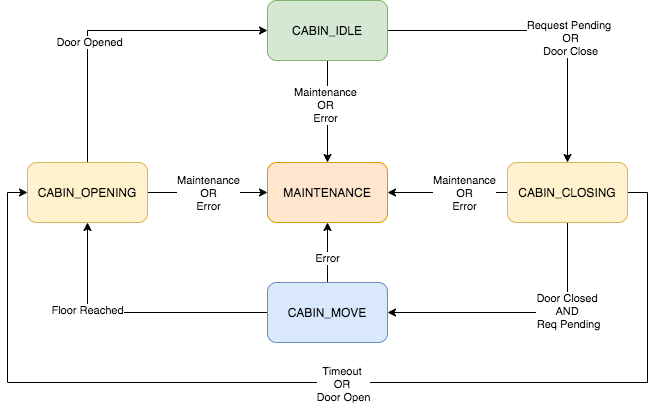
anoopar/elevator keeps this draw.io diagram as docs/ElevatorStateDiagram.png. Above is the earlier version. Source tidied: cells renumbered, new cells last; positions are measured from the earlier drawing's top-left corner, leaving out a move shared by most shapes.
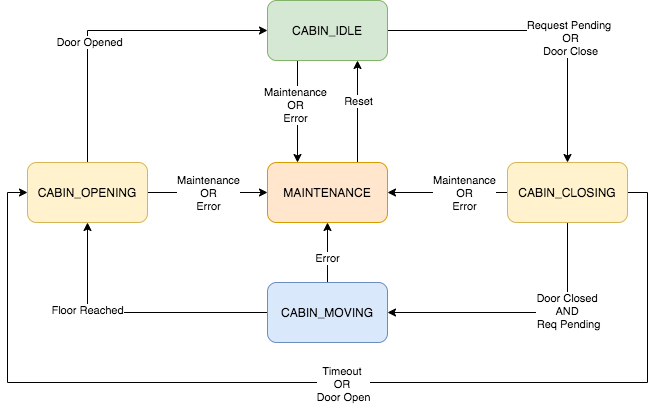
The same file after the commit.

Commit message:
Updated State machine doc

Change to the diagram source:
```diff
@@ -12,7 +12,7 @@
     <mxCell id="3" value="Request Pending &lt;br&gt;OR&lt;br&gt;Door Close" style="edgeLabel;html=1;align=center;verticalAlign=middle;" parent="2" vertex="1">
       <mxGeometry x="0.2" y="2" relative="1" as="geometry" />
     </mxCell>
-    <mxCell id="4" style="edgeStyle=elbowEdgeStyle;rounded=0;jettySize=auto;html=1;exitX=0.5;exitY=1;exitDx=0;exitDy=0;elbow=vertical;" parent="1" edge="1" source="6" target="24">
+    <mxCell id="4" style="edgeStyle=elbowEdgeStyle;rounded=0;jettySize=auto;html=1;exitX=0.25;exitY=1;exitDx=0;exitDy=0;elbow=vertical;entryX=0.25;entryY=0;entryDx=0;entryDy=0;" parent="1" edge="1" source="6" target="24">
       <mxGeometry relative="1" as="geometry" />
     </mxCell>
     <mxCell id="5" value="Maintenance&lt;br&gt;OR&lt;br&gt;Error" style="edgeLabel;html=1;align=center;verticalAlign=middle;" parent="4" vertex="1">
@@ -58,7 +58,7 @@
     <mxCell id="15" value="Error" style="edgeLabel;html=1;align=center;verticalAlign=middle;" parent="14" vertex="1">
       <mxGeometry x="-0.17" y="1" relative="1" as="geometry" />
     </mxCell>
-    <mxCell id="16" value="CABIN_MOVE" style="rounded=1;whiteSpace=wrap;html=1;fillColor=#dae8fc;strokeColor=#6c8ebf;" parent="1" vertex="1">
+    <mxCell id="16" value="CABIN_MOVING" style="rounded=1;whiteSpace=wrap;html=1;fillColor=#dae8fc;strokeColor=#6c8ebf;" parent="1" vertex="1">
       <mxGeometry x="260" y="282" width="120" height="60" as="geometry" />
     </mxCell>
     <mxCell id="17" style="edgeStyle=elbowEdgeStyle;rounded=0;jettySize=auto;html=1;exitX=0.5;exitY=1;exitDx=0;exitDy=0;entryX=1;entryY=0.5;entryDx=0;entryDy=0;" parent="1" edge="1" source="23" target="16">
@@ -95,6 +95,12 @@
     <mxCell id="23" value="CABIN_CLOSING" style="rounded=1;whiteSpace=wrap;html=1;fillColor=#fff2cc;strokeColor=#d6b656;" parent="1" vertex="1">
       <mxGeometry x="500" y="162" width="120" height="60" as="geometry" />
     </mxCell>
+    <mxCell id="25" style="edgeStyle=orthogonalEdgeStyle;curved=1;rounded=0;jettySize=auto;html=1;exitX=0.75;exitY=0;exitDx=0;exitDy=0;entryX=0.75;entryY=1;entryDx=0;entryDy=0;" parent="1" edge="1" source="24" target="6">
+      <mxGeometry relative="1" as="geometry" />
+    </mxCell>
+    <mxCell id="26" value="Reset" style="edgeLabel;html=1;align=center;verticalAlign=middle;" parent="25" vertex="1">
+      <mxGeometry x="0.22" relative="1" as="geometry" />
+    </mxCell>
     <mxCell id="24" value="MAINTENANCE" style="rounded=1;whiteSpace=wrap;html=1;fillColor=#ffe6cc;strokeColor=#d79b00;" parent="1" vertex="1">
       <mxGeometry x="260" y="162" width="120" height="60" as="geometry" />
     </mxCell>
```
